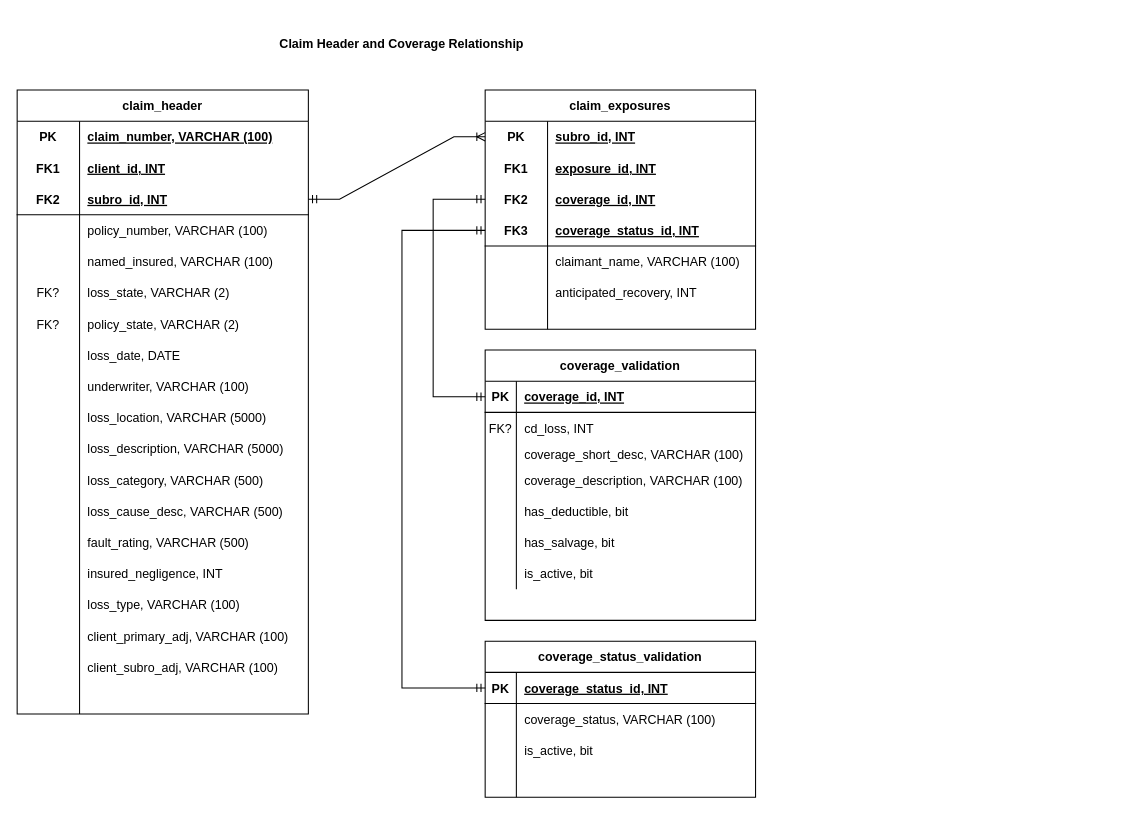
Earlier version of the draw.io diagram Untitled Diagram.drawio (houstonhag/subro-arb). Source tidied: cells renumbered, new cells numbered last; positions are measured from the earlier drawing's top-left corner, leaving out a move shared by most shapes. Both pictures are drawn from the tidied source at 104%, with x=0, y=0 at pixel (17, 17).
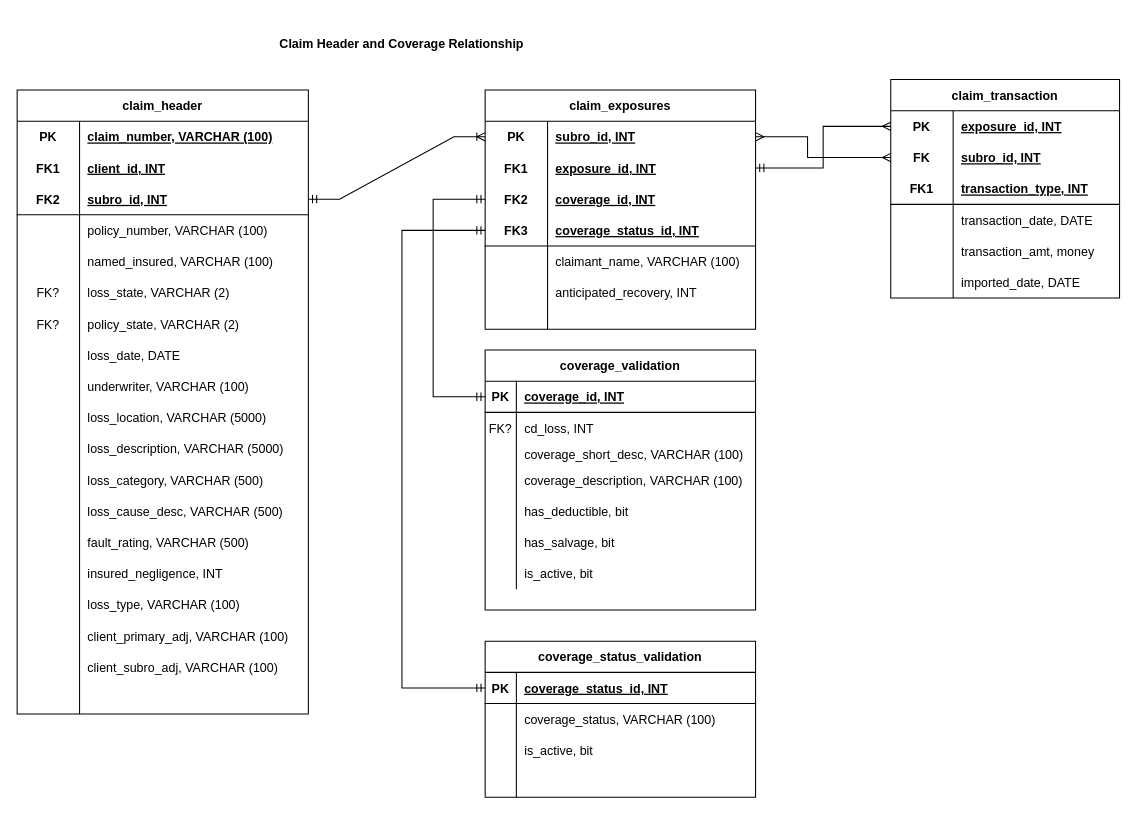
The same diagram, later.

The change refers to these unchanged cells:
```xml
<mxCell id="61" style="shape=tableRow;horizontal=0;startSize=0;swimlaneHead=0;swimlaneBody=0;fillColor=none;points=[[0,0.5],[1,0.5]];portConstraint=eastwest;top=0;left=0;right=0;bottom=0;" parent="60" vertex="1">
  <mxGeometry y="30" width="260" height="30" as="geometry" />
</mxCell>
<mxCell id="64" style="shape=tableRow;horizontal=0;startSize=0;swimlaneHead=0;swimlaneBody=0;fillColor=none;points=[[0,0.5],[1,0.5]];portConstraint=eastwest;top=0;left=0;right=0;bottom=0;" parent="60" vertex="1">
  <mxGeometry y="60" width="260" height="30" as="geometry" />
</mxCell>
```

What changed in the source:
```diff
@@
     <mxCell id="84" value="coverage_validation" style="shape=table;startSize=30;childLayout=tableLayout;rowLines=0;fontStyle=1;align=center;" parent="1" vertex="1">
-      <mxGeometry x="450" y="320" width="260" height="260" as="geometry" />
+      <mxGeometry x="450" y="320" width="260" height="250" as="geometry" />
     </mxCell>
@@
+    <mxCell id="121" value="claim_transaction" style="shape=table;startSize=30;childLayout=tableLayout;rowLines=0;fontStyle=1;align=center;" parent="1" vertex="1">
+      <mxGeometry x="840" y="60" width="220" height="210" as="geometry" />
+    </mxCell>
+    <mxCell id="122" style="shape=tableRow;horizontal=0;startSize=0;swimlaneHead=0;swimlaneBody=0;fillColor=none;points=[[0,0.5],[1,0.5]];portConstraint=eastwest;top=0;left=0;right=0;bottom=0;" parent="121" vertex="1">
+      <mxGeometry y="30" width="220" height="30" as="geometry" />
+    </mxCell>
+    <mxCell id="123" value="PK" style="shape=partialRectangle;fillColor=none;top=0;left=0;bottom=0;right=0;fontStyle=1;overflow=hidden;" parent="122" vertex="1">
+      <mxGeometry width="60" height="30" as="geometry" />
+    </mxCell>
+    <mxCell id="124" value="exposure_id, INT" style="shape=partialRectangle;fillColor=none;top=0;left=0;bottom=0;right=0;align=left;spacingLeft=6;fontStyle=5;overflow=hidden;" parent="122" vertex="1">
+      <mxGeometry x="60" width="160" height="30" as="geometry" />
+    </mxCell>
+    <mxCell id="125" style="shape=tableRow;horizontal=0;startSize=0;swimlaneHead=0;swimlaneBody=0;fillColor=none;points=[[0,0.5],[1,0.5]];portConstraint=eastwest;top=0;left=0;right=0;bottom=0;" parent="121" vertex="1">
+      <mxGeometry y="60" width="220" height="30" as="geometry" />
+    </mxCell>
+    <mxCell id="126" value="FK" style="shape=partialRectangle;fillColor=none;top=0;left=0;bottom=0;right=0;fontStyle=1;overflow=hidden;" parent="125" vertex="1">
+      <mxGeometry width="60" height="30" as="geometry" />
+    </mxCell>
+    <mxCell id="127" value="subro_id, INT" style="shape=partialRectangle;fillColor=none;top=0;left=0;bottom=0;right=0;align=left;spacingLeft=6;fontStyle=5;overflow=hidden;" parent="125" vertex="1">
+      <mxGeometry x="60" width="160" height="30" as="geometry" />
+    </mxCell>
+    <mxCell id="128" style="shape=tableRow;horizontal=0;startSize=0;swimlaneHead=0;swimlaneBody=0;fillColor=none;top=0;left=0;right=0;bottom=1;" parent="121" vertex="1">
+      <mxGeometry y="90" width="220" height="30" as="geometry" />
+    </mxCell>
+    <mxCell id="129" value="FK1" style="shape=partialRectangle;fillColor=none;top=0;left=0;bottom=0;right=0;fontStyle=1;overflow=hidden;" parent="128" vertex="1">
+      <mxGeometry width="60" height="30" as="geometry" />
+    </mxCell>
+    <mxCell id="130" value="transaction_type, INT" style="shape=partialRectangle;fillColor=none;top=0;left=0;bottom=0;right=0;align=left;spacingLeft=6;fontStyle=5;overflow=hidden;" parent="128" vertex="1">
+      <mxGeometry x="60" width="160" height="30" as="geometry" />
+    </mxCell>
+    <mxCell id="131" style="shape=tableRow;horizontal=0;startSize=0;swimlaneHead=0;swimlaneBody=0;fillColor=none;top=0;left=0;right=0;bottom=0;" parent="121" vertex="1">
+      <mxGeometry y="120" width="220" height="30" as="geometry" />
+    </mxCell>
+    <mxCell id="132" style="shape=partialRectangle;fillColor=none;top=0;left=0;bottom=0;right=0;overflow=hidden;" parent="131" vertex="1">
+      <mxGeometry width="60" height="30" as="geometry" />
+    </mxCell>
+    <mxCell id="133" value="transaction_date, DATE" style="shape=partialRectangle;fillColor=none;top=0;left=0;bottom=0;right=0;align=left;spacingLeft=6;overflow=hidden;" parent="131" vertex="1">
+      <mxGeometry x="60" width="160" height="30" as="geometry" />
+    </mxCell>
+    <mxCell id="134" style="shape=tableRow;horizontal=0;startSize=0;swimlaneHead=0;swimlaneBody=0;fillColor=none;top=0;left=0;right=0;bottom=0;" parent="121" vertex="1">
+      <mxGeometry y="150" width="220" height="30" as="geometry" />
+    </mxCell>
+    <mxCell id="135" style="shape=partialRectangle;fillColor=none;top=0;left=0;bottom=0;right=0;overflow=hidden;" parent="134" vertex="1">
+      <mxGeometry width="60" height="30" as="geometry" />
+    </mxCell>
+    <mxCell id="136" value="transaction_amt, money" style="shape=partialRectangle;fillColor=none;top=0;left=0;bottom=0;right=0;align=left;spacingLeft=6;overflow=hidden;" parent="134" vertex="1">
+      <mxGeometry x="60" width="160" height="30" as="geometry" />
+    </mxCell>
+    <mxCell id="137" style="shape=tableRow;horizontal=0;startSize=0;swimlaneHead=0;swimlaneBody=0;fillColor=none;top=0;left=0;right=0;bottom=0;" parent="121" vertex="1">
+      <mxGeometry y="180" width="220" height="30" as="geometry" />
+    </mxCell>
+    <mxCell id="138" style="shape=partialRectangle;fillColor=none;top=0;left=0;bottom=0;right=0;fontStyle=1;overflow=hidden;" parent="137" vertex="1">
+      <mxGeometry width="60" height="30" as="geometry" />
+    </mxCell>
+    <mxCell id="139" value="imported_date, DATE" style="shape=partialRectangle;fillColor=none;top=0;left=0;bottom=0;right=0;align=left;spacingLeft=6;fontStyle=0;overflow=hidden;" parent="137" vertex="1">
+      <mxGeometry x="60" width="160" height="30" as="geometry" />
+    </mxCell>
+    <mxCell id="140" style="edgeStyle=elbowEdgeStyle;rounded=0;jettySize=auto;html=1;startArrow=ERmany;startFill=0;endArrow=ERmany;endFill=0;" parent="1" edge="1" source="61" target="125">
+      <mxGeometry relative="1" as="geometry">
+        <Array as="points">
+          <mxPoint x="760" y="135" />
+        </Array>
+      </mxGeometry>
+    </mxCell>
+    <mxCell id="141" style="edgeStyle=elbowEdgeStyle;rounded=0;jettySize=auto;html=1;entryX=0;entryY=0.5;entryDx=0;entryDy=0;startArrow=ERmandOne;startFill=0;endArrow=ERmany;endFill=0;" parent="1" edge="1" source="64" target="122">
+      <mxGeometry relative="1" as="geometry" />
+    </mxCell>
```
